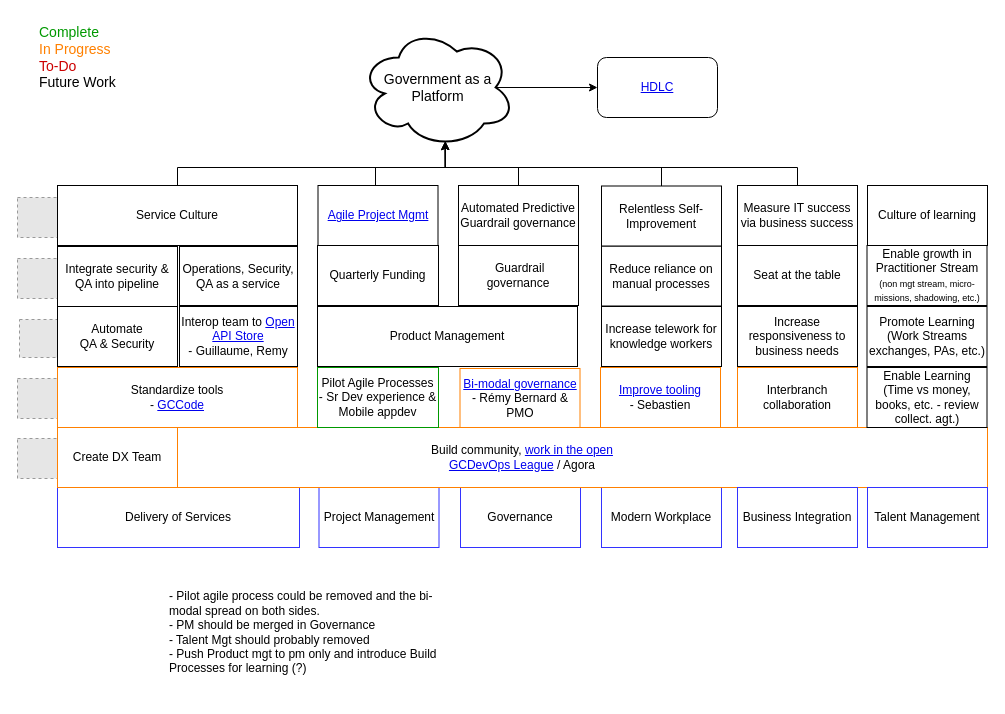
sara-sabr/ITStrategy keeps this draw.io diagram as Strategies/StrategySummary.drawio. Above is the earlier version. Source tidied: cells renumbered, new cells numbered last; positions are measured from the earlier drawing's top-left corner, leaving out a move shared by most shapes. Both pictures are drawn from the tidied source at 100%, with x=0, y=0 at pixel (17, 17). Pictures stored in the file or linked from it are replaced by grey dashed boxes.
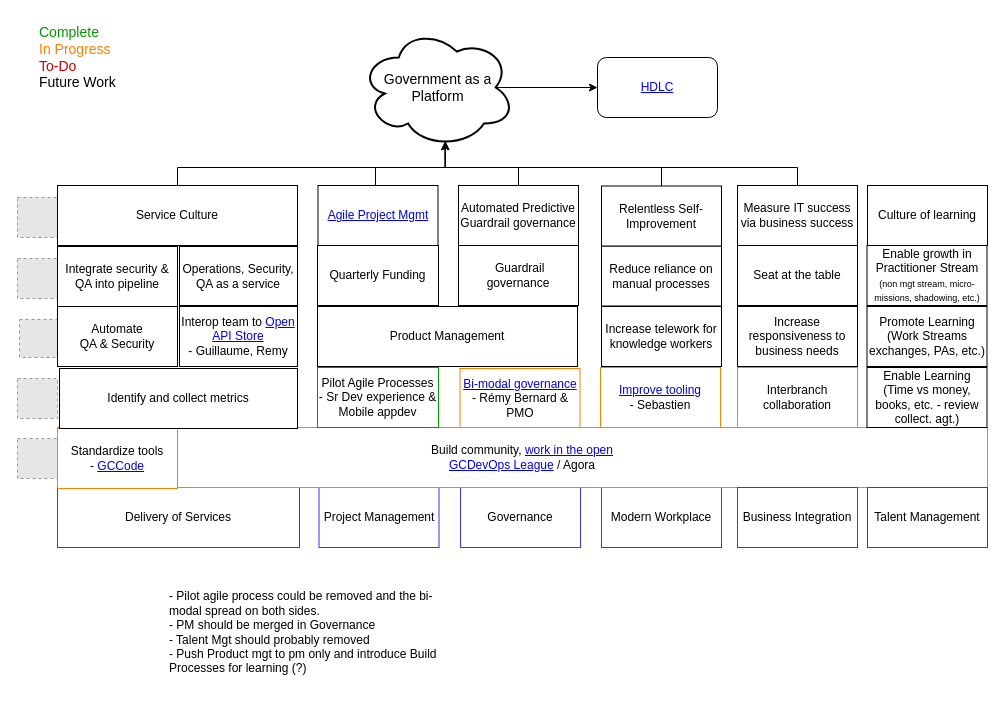
After the change.

Commit message:
Removing DX team, moving standardize tools down, and creating an identify and collect metrics item in the service delivery stream

What changed in the source:
```diff
@@
     <mxCell id="20" value="&lt;div&gt;Standardize tools&lt;/div&gt;&lt;div&gt;- &lt;a href=&quot;https://github.com/gcdevops/strategie-devops-strategy/blob/WorkInProgress/Content/OfficalGCCodeSupport.md&quot;&gt;GCCode&lt;/a&gt;&lt;br&gt;&lt;/div&gt;" style="rounded=0;whiteSpace=wrap;html=1;strokeColor=#FF8000;" parent="1" vertex="1">
-      <mxGeometry x="40" y="350" width="240" height="60" as="geometry" />
+      <mxGeometry x="40" y="411" width="120" height="60" as="geometry" />
     </mxCell>
@@
-    <mxCell id="39" value="Create DX Team" style="rounded=0;whiteSpace=wrap;html=1;strokeColor=#FF8000;" parent="1" vertex="1">
-      <mxGeometry x="40" y="410" width="120" height="60" as="geometry" />
-    </mxCell>
@@
+    <mxCell id="50" value="Identify and collect metrics" style="rounded=0;whiteSpace=wrap;html=1;strokeColor=#000000;" parent="1" vertex="1">
+      <mxGeometry x="42" y="351" width="238" height="60" as="geometry" />
+    </mxCell>
```
